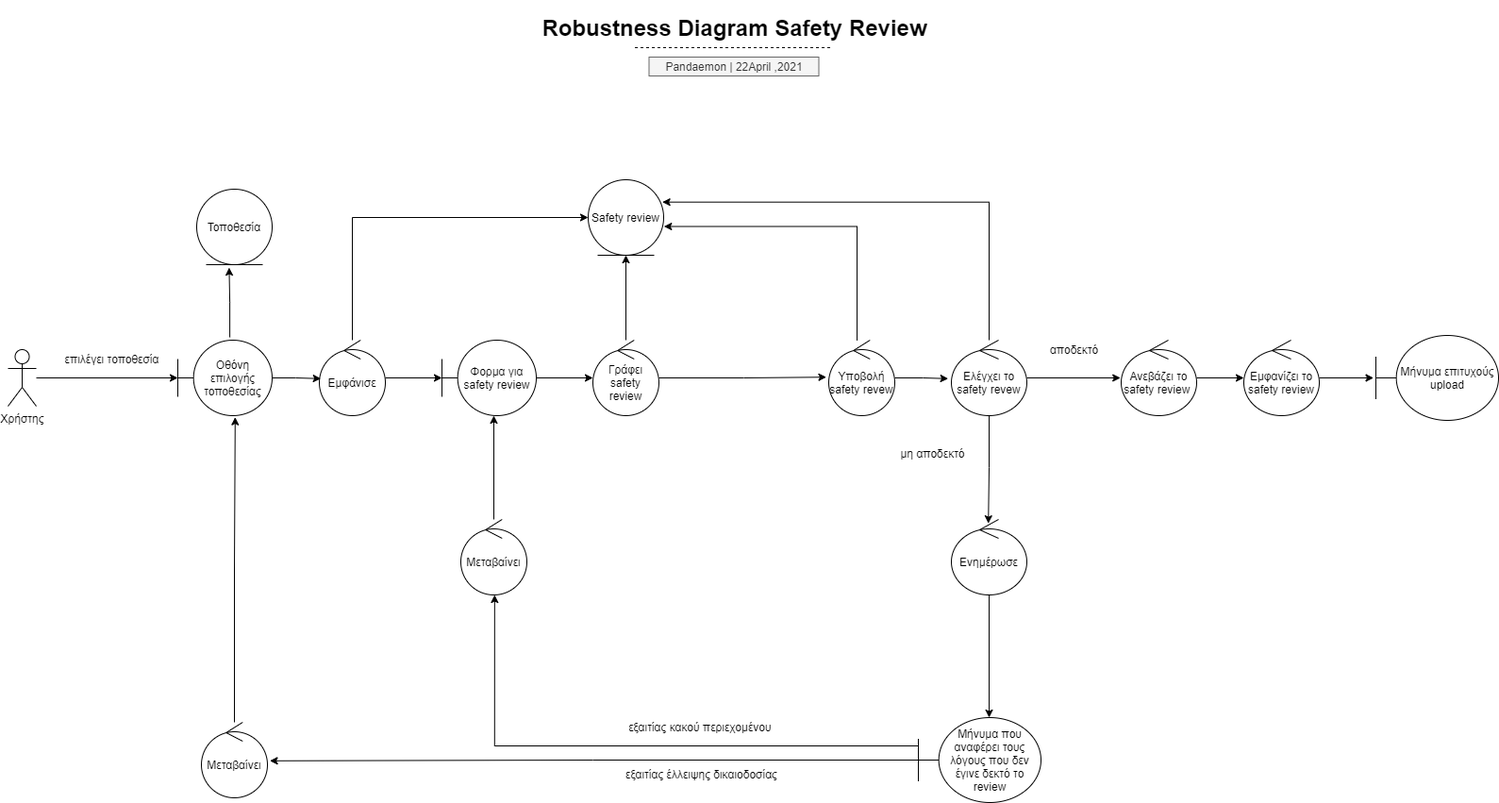
Before: Documents/Scrum Cycle 3/RobustnessSafetyReview.png, a diagram exported from draw.io (Mario-Sama/SoftEngProject2021). Source tidied: cells renumbered, new cells last; positions are measured from the earlier drawing's top-left corner, leaving out a move shared by most shapes. Source of this version:
```xml
<mxGraphModel>
  <root>
    <mxCell id="0" />
    <mxCell id="1" parent="0" />
    <mxCell id="2" style="edgeStyle=orthogonalEdgeStyle;rounded=0;jettySize=auto;html=1;entryX=0;entryY=0.5;entryDx=0;entryDy=0;entryPerimeter=0;" parent="1" edge="1" source="3" target="9">
      <mxGeometry relative="1" as="geometry" />
    </mxCell>
    <mxCell id="3" value="Χρήστης" style="shape=umlActor;verticalLabelPosition=bottom;verticalAlign=top;html=1;outlineConnect=0;" parent="1" vertex="1">
      <mxGeometry y="360" width="30" height="60" as="geometry" />
    </mxCell>
    <mxCell id="4" value="επιλέγει τοποθεσία" style="text;html=1;align=center;verticalAlign=middle;strokeColor=none;" parent="1" vertex="1">
      <mxGeometry x="50" y="360" width="120" height="20" as="geometry" />
    </mxCell>
    <mxCell id="5" style="edgeStyle=orthogonalEdgeStyle;rounded=0;jettySize=auto;html=1;entryX=0;entryY=0.5;entryDx=0;entryDy=0;" parent="1" edge="1" source="7" target="15">
      <mxGeometry relative="1" as="geometry">
        <Array as="points">
          <mxPoint x="365" y="220" />
        </Array>
      </mxGeometry>
    </mxCell>
    <mxCell id="6" style="edgeStyle=orthogonalEdgeStyle;rounded=0;jettySize=auto;html=1;entryX=0;entryY=0.5;entryDx=0;entryDy=0;entryPerimeter=0;" parent="1" edge="1" source="7" target="12">
      <mxGeometry relative="1" as="geometry" />
    </mxCell>
    <mxCell id="7" value="Εμφάνισε" style="ellipse;shape=umlControl;whiteSpace=wrap;html=1;" parent="1" vertex="1">
      <mxGeometry x="330" y="350" width="70" height="80" as="geometry" />
    </mxCell>
    <mxCell id="8" style="edgeStyle=orthogonalEdgeStyle;rounded=0;jettySize=auto;html=1;entryX=0.024;entryY=0.51;entryDx=0;entryDy=0;entryPerimeter=0;" parent="1" edge="1" source="9" target="7">
      <mxGeometry relative="1" as="geometry" />
    </mxCell>
    <mxCell id="9" value="Οθόνη επιλογής τοποθεσίας" style="shape=umlBoundary;whiteSpace=wrap;html=1;" parent="1" vertex="1">
      <mxGeometry x="180" y="350" width="100" height="80" as="geometry" />
    </mxCell>
    <mxCell id="10" value="Τοποθεσία" style="ellipse;shape=umlEntity;whiteSpace=wrap;html=1;" parent="1" vertex="1">
      <mxGeometry x="200" y="190" width="80" height="80" as="geometry" />
    </mxCell>
    <mxCell id="11" style="edgeStyle=orthogonalEdgeStyle;rounded=0;jettySize=auto;html=1;" parent="1" edge="1" source="12" target="20">
      <mxGeometry relative="1" as="geometry" />
    </mxCell>
    <mxCell id="12" value="Φορμα για safety review" style="shape=umlBoundary;whiteSpace=wrap;html=1;" parent="1" vertex="1">
      <mxGeometry x="460" y="350" width="100" height="80" as="geometry" />
    </mxCell>
    <mxCell id="13" value="εξαιτίας κακού περιεχομένου&amp;nbsp;" style="text;html=1;align=center;verticalAlign=middle;strokeColor=none;" parent="1" vertex="1">
      <mxGeometry x="650" y="750" width="170" height="20" as="geometry" />
    </mxCell>
    <mxCell id="14" value="εξαιτίας έλλειψης δικαιοδοσίας" style="text;html=1;align=center;verticalAlign=middle;strokeColor=none;" parent="1" vertex="1">
      <mxGeometry x="645" y="800" width="180" height="20" as="geometry" />
    </mxCell>
    <mxCell id="15" value="Safety review" style="ellipse;shape=umlEntity;whiteSpace=wrap;html=1;" parent="1" vertex="1">
      <mxGeometry x="615" y="180" width="80" height="80" as="geometry" />
    </mxCell>
    <mxCell id="16" style="edgeStyle=orthogonalEdgeStyle;rounded=0;jettySize=auto;html=1;entryX=0.55;entryY=1;entryDx=0;entryDy=0;entryPerimeter=0;" parent="1" edge="1" source="17" target="12">
      <mxGeometry relative="1" as="geometry" />
    </mxCell>
    <mxCell id="17" value="Μεταβαίνει" style="ellipse;shape=umlControl;whiteSpace=wrap;html=1;" parent="1" vertex="1">
      <mxGeometry x="480" y="540" width="70" height="80" as="geometry" />
    </mxCell>
    <mxCell id="18" style="edgeStyle=orthogonalEdgeStyle;rounded=0;jettySize=auto;html=1;" parent="1" edge="1" source="20">
      <mxGeometry relative="1" as="geometry">
        <mxPoint x="655" y="260" as="targetPoint" />
      </mxGeometry>
    </mxCell>
    <mxCell id="19" style="edgeStyle=orthogonalEdgeStyle;rounded=0;jettySize=auto;html=1;entryX=-0.036;entryY=0.49;entryDx=0;entryDy=0;entryPerimeter=0;" parent="1" edge="1" source="20" target="34">
      <mxGeometry relative="1" as="geometry" />
    </mxCell>
    <mxCell id="20" value="Γράφει safety review" style="ellipse;shape=umlControl;whiteSpace=wrap;html=1;" parent="1" vertex="1">
      <mxGeometry x="620" y="350" width="70" height="80" as="geometry" />
    </mxCell>
    <mxCell id="21" value="&lt;h1&gt;Robustness Diagram Safety Review&lt;/h1&gt;" style="text;html=1;strokeColor=none;fillColor=none;spacing=5;spacingTop=-20;whiteSpace=wrap;overflow=hidden;rounded=0;fontFamily=Helvetica;align=center;" parent="1" vertex="1">
      <mxGeometry x="522.5" width="495" height="120" as="geometry" />
    </mxCell>
    <mxCell id="22" value="Pandaemon | 22April ,2021" style="text;html=1;strokeColor=#666666;fillColor=#f5f5f5;align=center;verticalAlign=middle;whiteSpace=wrap;rounded=0;fontFamily=Helvetica;fontStyle=0;fontColor=#333333;" parent="1" vertex="1">
      <mxGeometry x="679.5" y="50" width="180" height="20" as="geometry" />
    </mxCell>
    <mxCell id="23" style="endArrow=none;dashed=1;html=1;fontFamily=Helvetica;" parent="1" edge="1">
      <mxGeometry relative="1" as="geometry">
        <mxPoint x="664.5" y="40" as="sourcePoint" />
        <mxPoint x="874.5" y="40" as="targetPoint" />
      </mxGeometry>
    </mxCell>
    <mxCell id="24" style="edgeStyle=orthogonalEdgeStyle;rounded=0;jettySize=auto;html=1;exitX=0.551;exitY=-0.038;exitDx=0;exitDy=0;exitPerimeter=0;entryX=0.43;entryY=1.039;entryDx=0;entryDy=0;entryPerimeter=0;" parent="1" edge="1" source="9" target="10">
      <mxGeometry relative="1" as="geometry" />
    </mxCell>
    <mxCell id="25" style="edgeStyle=orthogonalEdgeStyle;rounded=0;jettySize=auto;html=1;entryX=0.512;entryY=1;entryDx=0;entryDy=0;entryPerimeter=0;" parent="1" edge="1" source="27" target="17">
      <mxGeometry relative="1" as="geometry">
        <Array as="points">
          <mxPoint x="516" y="780" />
        </Array>
      </mxGeometry>
    </mxCell>
    <mxCell id="26" style="edgeStyle=orthogonalEdgeStyle;rounded=0;jettySize=auto;html=1;entryX=1.036;entryY=0.51;entryDx=0;entryDy=0;entryPerimeter=0;" parent="1" edge="1" source="27" target="45">
      <mxGeometry relative="1" as="geometry" />
    </mxCell>
    <mxCell id="27" value="Μήνυμα που αναφέρει τους λόγους που δεν έγινε δεκτό το review" style="shape=umlBoundary;whiteSpace=wrap;html=1;" parent="1" vertex="1">
      <mxGeometry x="965" y="750" width="130" height="90" as="geometry" />
    </mxCell>
    <mxCell id="28" style="edgeStyle=orthogonalEdgeStyle;rounded=0;jettySize=auto;html=1;entryX=0.983;entryY=0.296;entryDx=0;entryDy=0;entryPerimeter=0;" parent="1" edge="1" source="31" target="15">
      <mxGeometry relative="1" as="geometry">
        <Array as="points">
          <mxPoint x="1040" y="204" />
        </Array>
      </mxGeometry>
    </mxCell>
    <mxCell id="29" style="edgeStyle=orthogonalEdgeStyle;rounded=0;jettySize=auto;html=1;entryX=-0.01;entryY=0.5;entryDx=0;entryDy=0;entryPerimeter=0;" parent="1" edge="1" source="31" target="37">
      <mxGeometry relative="1" as="geometry" />
    </mxCell>
    <mxCell id="30" style="edgeStyle=orthogonalEdgeStyle;rounded=0;jettySize=auto;html=1;entryX=0.49;entryY=0.052;entryDx=0;entryDy=0;entryPerimeter=0;" parent="1" edge="1" source="31" target="40">
      <mxGeometry relative="1" as="geometry" />
    </mxCell>
    <mxCell id="31" value="Ελέγχει το safety revew" style="ellipse;shape=umlControl;whiteSpace=wrap;html=1;" parent="1" vertex="1">
      <mxGeometry x="1000" y="350" width="80" height="80" as="geometry" />
    </mxCell>
    <mxCell id="32" style="edgeStyle=orthogonalEdgeStyle;rounded=0;jettySize=auto;html=1;entryX=1.004;entryY=0.619;entryDx=0;entryDy=0;entryPerimeter=0;" parent="1" edge="1" source="34" target="15">
      <mxGeometry relative="1" as="geometry">
        <Array as="points">
          <mxPoint x="900" y="230" />
        </Array>
      </mxGeometry>
    </mxCell>
    <mxCell id="33" style="edgeStyle=orthogonalEdgeStyle;rounded=0;jettySize=auto;html=1;entryX=-0.042;entryY=0.51;entryDx=0;entryDy=0;entryPerimeter=0;" parent="1" edge="1" source="34" target="31">
      <mxGeometry relative="1" as="geometry" />
    </mxCell>
    <mxCell id="34" value="Υποβολή safety revew" style="ellipse;shape=umlControl;whiteSpace=wrap;html=1;" parent="1" vertex="1">
      <mxGeometry x="870" y="350" width="70" height="80" as="geometry" />
    </mxCell>
    <mxCell id="35" value="αποδεκτό" style="text;html=1;align=center;verticalAlign=middle;strokeColor=none;" parent="1" vertex="1">
      <mxGeometry x="1095" y="350" width="70" height="20" as="geometry" />
    </mxCell>
    <mxCell id="36" style="edgeStyle=orthogonalEdgeStyle;rounded=0;jettySize=auto;html=1;" parent="1" edge="1" source="37" target="42">
      <mxGeometry relative="1" as="geometry" />
    </mxCell>
    <mxCell id="37" value="Ανεβάζει το safety review&amp;nbsp;" style="ellipse;shape=umlControl;whiteSpace=wrap;html=1;" parent="1" vertex="1">
      <mxGeometry x="1180" y="350" width="80" height="80" as="geometry" />
    </mxCell>
    <mxCell id="38" value="μη αποδεκτό" style="text;html=1;align=center;verticalAlign=middle;strokeColor=none;" parent="1" vertex="1">
      <mxGeometry x="940" y="460" width="80" height="20" as="geometry" />
    </mxCell>
    <mxCell id="39" style="edgeStyle=orthogonalEdgeStyle;rounded=0;jettySize=auto;html=1;entryX=0.577;entryY=0;entryDx=0;entryDy=0;entryPerimeter=0;" parent="1" edge="1" source="40" target="27">
      <mxGeometry relative="1" as="geometry" />
    </mxCell>
    <mxCell id="40" value="Ενημέρωσε" style="ellipse;shape=umlControl;whiteSpace=wrap;html=1;" parent="1" vertex="1">
      <mxGeometry x="1000" y="540" width="80" height="80" as="geometry" />
    </mxCell>
    <mxCell id="41" style="edgeStyle=orthogonalEdgeStyle;rounded=0;jettySize=auto;html=1;entryX=-0.019;entryY=0.5;entryDx=0;entryDy=0;entryPerimeter=0;" parent="1" edge="1" source="42" target="43">
      <mxGeometry relative="1" as="geometry" />
    </mxCell>
    <mxCell id="42" value="Εμφανίζει το safety review" style="ellipse;shape=umlControl;whiteSpace=wrap;html=1;" parent="1" vertex="1">
      <mxGeometry x="1310" y="350" width="80" height="80" as="geometry" />
    </mxCell>
    <mxCell id="43" value="Μήνυμα επιτυχούς upload" style="shape=umlBoundary;whiteSpace=wrap;html=1;" parent="1" vertex="1">
      <mxGeometry x="1450" y="345" width="130" height="90" as="geometry" />
    </mxCell>
    <mxCell id="44" style="edgeStyle=orthogonalEdgeStyle;rounded=0;jettySize=auto;html=1;entryX=0.608;entryY=1.021;entryDx=0;entryDy=0;entryPerimeter=0;" parent="1" edge="1" source="45" target="9">
      <mxGeometry relative="1" as="geometry" />
    </mxCell>
    <mxCell id="45" value="Μεταβαίνει" style="ellipse;shape=umlControl;whiteSpace=wrap;html=1;" parent="1" vertex="1">
      <mxGeometry x="205" y="755" width="70" height="80" as="geometry" />
    </mxCell>
  </root>
</mxGraphModel>
```
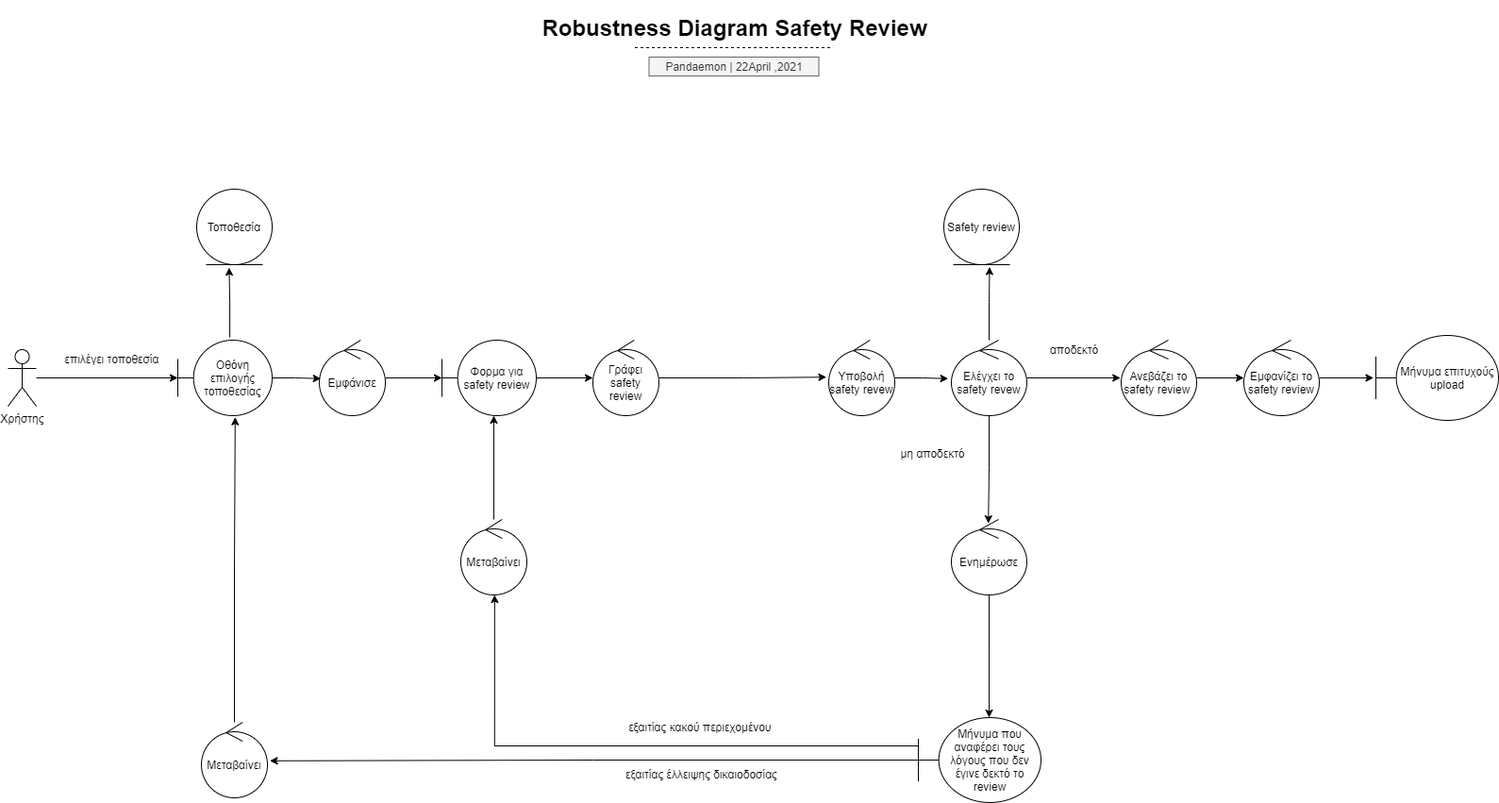
Later version of the same file.

The edit, as a diff of the source:
```diff
@@ -11,13 +11,6 @@
     <mxCell id="4" value="επιλέγει τοποθεσία" style="text;html=1;align=center;verticalAlign=middle;strokeColor=none;" parent="1" vertex="1">
       <mxGeometry x="50" y="360" width="120" height="20" as="geometry" />
     </mxCell>
-    <mxCell id="5" style="edgeStyle=orthogonalEdgeStyle;rounded=0;jettySize=auto;html=1;entryX=0;entryY=0.5;entryDx=0;entryDy=0;" parent="1" edge="1" source="7" target="15">
-      <mxGeometry relative="1" as="geometry">
-        <Array as="points">
-          <mxPoint x="365" y="220" />
-        </Array>
-      </mxGeometry>
-    </mxCell>
     <mxCell id="6" style="edgeStyle=orthogonalEdgeStyle;rounded=0;jettySize=auto;html=1;entryX=0;entryY=0.5;entryDx=0;entryDy=0;entryPerimeter=0;" parent="1" edge="1" source="7" target="12">
       <mxGeometry relative="1" as="geometry" />
     </mxCell>
@@ -46,7 +39,7 @@
       <mxGeometry x="645" y="800" width="180" height="20" as="geometry" />
     </mxCell>
     <mxCell id="15" value="Safety review" style="ellipse;shape=umlEntity;whiteSpace=wrap;html=1;" parent="1" vertex="1">
-      <mxGeometry x="615" y="180" width="80" height="80" as="geometry" />
+      <mxGeometry x="992" y="190" width="80" height="80" as="geometry" />
     </mxCell>
     <mxCell id="16" style="edgeStyle=orthogonalEdgeStyle;rounded=0;jettySize=auto;html=1;entryX=0.55;entryY=1;entryDx=0;entryDy=0;entryPerimeter=0;" parent="1" edge="1" source="17" target="12">
       <mxGeometry relative="1" as="geometry" />
@@ -54,11 +47,6 @@
     <mxCell id="17" value="Μεταβαίνει" style="ellipse;shape=umlControl;whiteSpace=wrap;html=1;" parent="1" vertex="1">
       <mxGeometry x="480" y="540" width="70" height="80" as="geometry" />
     </mxCell>
-    <mxCell id="18" style="edgeStyle=orthogonalEdgeStyle;rounded=0;jettySize=auto;html=1;" parent="1" edge="1" source="20">
-      <mxGeometry relative="1" as="geometry">
-        <mxPoint x="655" y="260" as="targetPoint" />
-      </mxGeometry>
-    </mxCell>
     <mxCell id="19" style="edgeStyle=orthogonalEdgeStyle;rounded=0;jettySize=auto;html=1;entryX=-0.036;entryY=0.49;entryDx=0;entryDy=0;entryPerimeter=0;" parent="1" edge="1" source="20" target="34">
       <mxGeometry relative="1" as="geometry" />
     </mxCell>
@@ -93,29 +81,18 @@
     <mxCell id="27" value="Μήνυμα που αναφέρει τους λόγους που δεν έγινε δεκτό το review" style="shape=umlBoundary;whiteSpace=wrap;html=1;" parent="1" vertex="1">
       <mxGeometry x="965" y="750" width="130" height="90" as="geometry" />
     </mxCell>
-    <mxCell id="28" style="edgeStyle=orthogonalEdgeStyle;rounded=0;jettySize=auto;html=1;entryX=0.983;entryY=0.296;entryDx=0;entryDy=0;entryPerimeter=0;" parent="1" edge="1" source="31" target="15">
-      <mxGeometry relative="1" as="geometry">
-        <Array as="points">
-          <mxPoint x="1040" y="204" />
-        </Array>
-      </mxGeometry>
-    </mxCell>
     <mxCell id="29" style="edgeStyle=orthogonalEdgeStyle;rounded=0;jettySize=auto;html=1;entryX=-0.01;entryY=0.5;entryDx=0;entryDy=0;entryPerimeter=0;" parent="1" edge="1" source="31" target="37">
       <mxGeometry relative="1" as="geometry" />
     </mxCell>
     <mxCell id="30" style="edgeStyle=orthogonalEdgeStyle;rounded=0;jettySize=auto;html=1;entryX=0.49;entryY=0.052;entryDx=0;entryDy=0;entryPerimeter=0;" parent="1" edge="1" source="31" target="40">
       <mxGeometry relative="1" as="geometry" />
     </mxCell>
+    <mxCell id="28" style="edgeStyle=orthogonalEdgeStyle;rounded=0;jettySize=auto;html=1;entryX=0.606;entryY=1.031;entryDx=0;entryDy=0;entryPerimeter=0;" parent="1" edge="1" source="31" target="15">
+      <mxGeometry relative="1" as="geometry" />
+    </mxCell>
     <mxCell id="31" value="Ελέγχει το safety revew" style="ellipse;shape=umlControl;whiteSpace=wrap;html=1;" parent="1" vertex="1">
       <mxGeometry x="1000" y="350" width="80" height="80" as="geometry" />
     </mxCell>
-    <mxCell id="32" style="edgeStyle=orthogonalEdgeStyle;rounded=0;jettySize=auto;html=1;entryX=1.004;entryY=0.619;entryDx=0;entryDy=0;entryPerimeter=0;" parent="1" edge="1" source="34" target="15">
-      <mxGeometry relative="1" as="geometry">
-        <Array as="points">
-          <mxPoint x="900" y="230" />
-        </Array>
-      </mxGeometry>
-    </mxCell>
     <mxCell id="33" style="edgeStyle=orthogonalEdgeStyle;rounded=0;jettySize=auto;html=1;entryX=-0.042;entryY=0.51;entryDx=0;entryDy=0;entryPerimeter=0;" parent="1" edge="1" source="34" target="31">
       <mxGeometry relative="1" as="geometry" />
     </mxCell>
```
